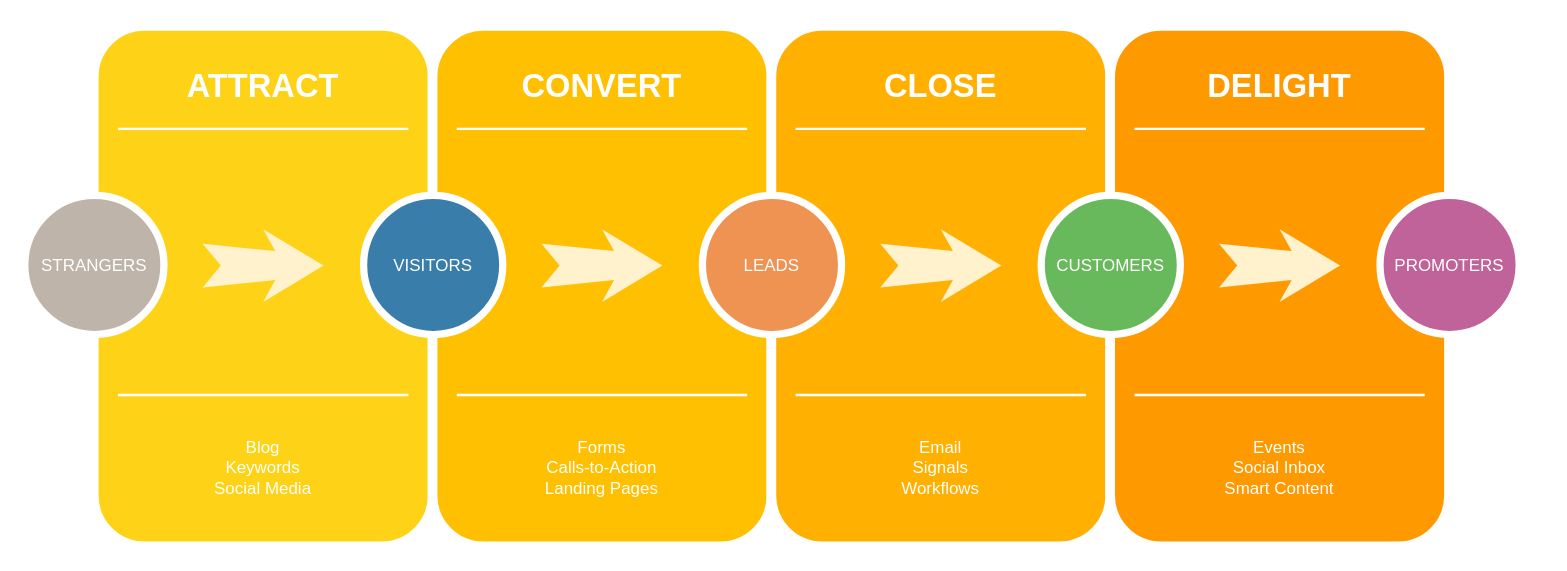
nhanphams/ActionBarSherlock keeps this draw.io diagram as Untitled Diagram.drawio. Above is the earlier version. Source tidied: cells renumbered, new cells numbered last; positions are measured from the earlier drawing's top-left corner, leaving out a move shared by most shapes. Both pictures are drawn from the tidied source at 121%, with x=0, y=0 at pixel (24, 25).
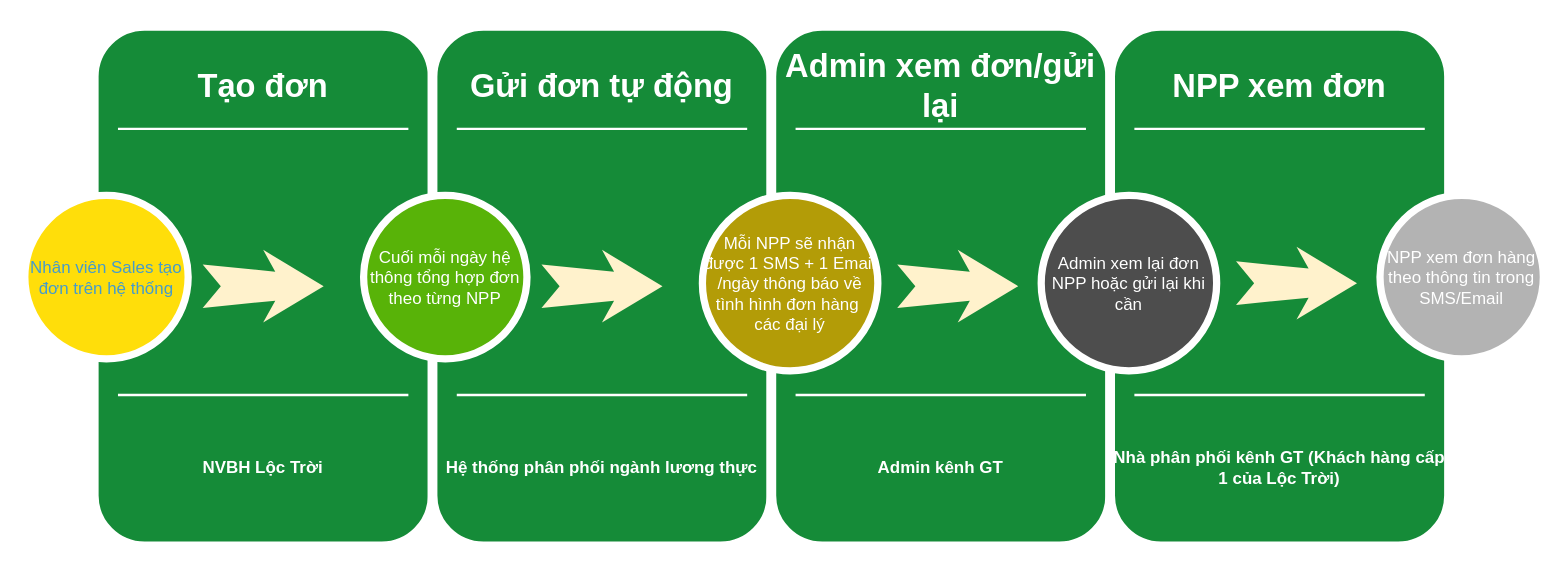
The same diagram, later.

The edit, as a diff of the source:
```diff
@@
-    <mxCell id="2" style="whiteSpace=wrap;html=1;rounded=1;shadow=0;strokeWidth=8;fontSize=20;align=center;fillColor=#FED217;strokeColor=#FFFFFF;" parent="1" vertex="1">
+    <mxCell id="2" style="whiteSpace=wrap;html=1;rounded=1;shadow=0;strokeWidth=8;fontSize=20;align=center;strokeColor=#FFFFFF;fillColor=#158B38;" parent="1" vertex="1">
       <mxGeometry x="57" width="280" height="430" as="geometry" />
     </mxCell>
-    <mxCell id="3" value="ATTRACT" style="text;html=1;strokeColor=none;fillColor=none;align=center;verticalAlign=middle;whiteSpace=wrap;rounded=0;shadow=0;fontSize=27;fontColor=#FFFFFF;fontStyle=1;" parent="1" vertex="1">
+    <mxCell id="3" value="Tạo đơn" style="text;html=1;strokeColor=none;fillColor=none;align=center;verticalAlign=middle;whiteSpace=wrap;rounded=0;shadow=0;fontSize=27;fontColor=#FFFFFF;fontStyle=1;" parent="1" vertex="1">
       <mxGeometry x="57" y="20" width="280" height="60" as="geometry" />
     </mxCell>
-    <mxCell id="4" value="Blog&lt;div&gt;Keywords&lt;/div&gt;&lt;div&gt;Social Media&lt;/div&gt;" style="text;html=1;strokeColor=none;fillColor=none;align=center;verticalAlign=middle;whiteSpace=wrap;rounded=0;shadow=0;fontSize=14;fontColor=#FFFFFF;" parent="1" vertex="1">
+    <mxCell id="4" value="&lt;b&gt;NVBH Lộc Trời&lt;/b&gt;" style="text;html=1;strokeColor=none;fillColor=none;align=center;verticalAlign=middle;whiteSpace=wrap;rounded=0;shadow=0;fontSize=14;fontColor=#FFFFFF;" parent="1" vertex="1">
       <mxGeometry x="57" y="320" width="280" height="90" as="geometry" />
     </mxCell>
@@
-    <mxCell id="7" value="STRANGERS" style="ellipse;whiteSpace=wrap;html=1;rounded=0;shadow=0;strokeWidth=6;fontSize=14;align=center;fillColor=#BFB4A9;strokeColor=#FFFFFF;fontColor=#FFFFFF;" parent="1" vertex="1">
-      <mxGeometry y="140" width="115" height="115" as="geometry" />
+    <mxCell id="7" value="&lt;font color=&quot;#459bcc&quot;&gt;Nhân viên Sales tạo đơn trên hệ thống&lt;/font&gt;" style="ellipse;whiteSpace=wrap;html=1;rounded=0;shadow=0;strokeWidth=6;fontSize=14;align=center;strokeColor=#FFFFFF;fontColor=#FFFFFF;fillColor=#FFDE0A;fontStyle=0;" parent="1" vertex="1">
+      <mxGeometry y="140" width="135" height="135" as="geometry" />
     </mxCell>
     <mxCell id="8" style="html=1;shadow=0;dashed=0;align=center;verticalAlign=middle;shape=mxgraph.arrows2.stylisedArrow;dy=0.6;dx=40;notch=15;feather=0.4;rounded=0;strokeWidth=1;fontSize=27;strokeColor=none;fillColor=#fff2cc;" parent="1" vertex="1">
-      <mxGeometry x="147" y="168" width="100" height="60" as="geometry" />
+      <mxGeometry x="147" y="185" width="100" height="60" as="geometry" />
     </mxCell>
-    <mxCell id="9" style="whiteSpace=wrap;html=1;rounded=1;shadow=0;strokeWidth=8;fontSize=20;align=center;fillColor=#FFC001;strokeColor=#FFFFFF;" parent="1" vertex="1">
+    <mxCell id="9" style="whiteSpace=wrap;html=1;rounded=1;shadow=0;strokeWidth=8;fontSize=20;align=center;strokeColor=#FFFFFF;fillColor=#158B38;" parent="1" vertex="1">
       <mxGeometry x="337" width="280" height="430" as="geometry" />
     </mxCell>
-    <mxCell id="10" value="CONVERT" style="text;html=1;strokeColor=none;fillColor=none;align=center;verticalAlign=middle;whiteSpace=wrap;rounded=0;shadow=0;fontSize=27;fontColor=#FFFFFF;fontStyle=1;" parent="1" vertex="1">
+    <mxCell id="10" value="Gửi đơn tự động" style="text;html=1;strokeColor=none;fillColor=none;align=center;verticalAlign=middle;whiteSpace=wrap;rounded=0;shadow=0;fontSize=27;fontColor=#FFFFFF;fontStyle=1;" parent="1" vertex="1">
       <mxGeometry x="337" y="20" width="280" height="60" as="geometry" />
     </mxCell>
-    <mxCell id="11" value="Forms&lt;div&gt;Calls-to-Action&lt;/div&gt;&lt;div&gt;Landing Pages&lt;/div&gt;" style="text;html=1;strokeColor=none;fillColor=none;align=center;verticalAlign=middle;whiteSpace=wrap;rounded=0;shadow=0;fontSize=14;fontColor=#FFFFFF;" parent="1" vertex="1">
+    <mxCell id="11" value="Hệ thống phân phối ngành lương thực" style="text;html=1;strokeColor=none;fillColor=none;align=center;verticalAlign=middle;whiteSpace=wrap;rounded=0;shadow=0;fontSize=14;fontColor=#FFFFFF;fontStyle=1;" parent="1" vertex="1">
       <mxGeometry x="337" y="320" width="280" height="90" as="geometry" />
     </mxCell>
@@
-    <mxCell id="14" value="VISITORS" style="ellipse;whiteSpace=wrap;html=1;rounded=0;shadow=0;strokeWidth=6;fontSize=14;align=center;fillColor=#397DAA;strokeColor=#FFFFFF;fontColor=#FFFFFF;" parent="1" vertex="1">
-      <mxGeometry x="280" y="140" width="115" height="115" as="geometry" />
+    <mxCell id="14" value="Cuối mỗi ngày hệ thông tổng hợp đơn theo từng NPP" style="ellipse;whiteSpace=wrap;html=1;rounded=0;shadow=0;strokeWidth=6;fontSize=14;align=center;strokeColor=#FFFFFF;fontColor=#FFFFFF;fillColor=#58B308;" parent="1" vertex="1">
+      <mxGeometry x="280" y="140" width="135" height="135" as="geometry" />
     </mxCell>
     <mxCell id="15" style="html=1;shadow=0;dashed=0;align=center;verticalAlign=middle;shape=mxgraph.arrows2.stylisedArrow;dy=0.6;dx=40;notch=15;feather=0.4;rounded=0;strokeWidth=1;fontSize=27;strokeColor=none;fillColor=#fff2cc;" parent="1" vertex="1">
-      <mxGeometry x="427" y="168" width="100" height="60" as="geometry" />
+      <mxGeometry x="427" y="185" width="100" height="60" as="geometry" />
     </mxCell>
-    <mxCell id="16" style="whiteSpace=wrap;html=1;rounded=1;shadow=0;strokeWidth=8;fontSize=20;align=center;fillColor=#FFB001;strokeColor=#FFFFFF;" parent="1" vertex="1">
+    <mxCell id="16" style="whiteSpace=wrap;html=1;rounded=1;shadow=0;strokeWidth=8;fontSize=20;align=center;strokeColor=#FFFFFF;fillColor=#158B38;" parent="1" vertex="1">
       <mxGeometry x="617" width="280" height="430" as="geometry" />
     </mxCell>
-    <mxCell id="17" value="CLOSE" style="text;html=1;strokeColor=none;fillColor=none;align=center;verticalAlign=middle;whiteSpace=wrap;rounded=0;shadow=0;fontSize=27;fontColor=#FFFFFF;fontStyle=1;" parent="1" vertex="1">
+    <mxCell id="17" value="Admin xem đơn/gửi lại" style="text;html=1;strokeColor=none;fillColor=none;align=center;verticalAlign=middle;whiteSpace=wrap;rounded=0;shadow=0;fontSize=27;fontColor=#FFFFFF;fontStyle=1;" parent="1" vertex="1">
       <mxGeometry x="617" y="20" width="280" height="60" as="geometry" />
     </mxCell>
-    <mxCell id="18" value="Email&lt;div&gt;Signals&lt;/div&gt;&lt;div&gt;Workflows&lt;/div&gt;" style="text;html=1;strokeColor=none;fillColor=none;align=center;verticalAlign=middle;whiteSpace=wrap;rounded=0;shadow=0;fontSize=14;fontColor=#FFFFFF;" parent="1" vertex="1">
+    <mxCell id="18" value="Admin kênh GT" style="text;html=1;strokeColor=none;fillColor=none;align=center;verticalAlign=middle;whiteSpace=wrap;rounded=0;shadow=0;fontSize=14;fontColor=#FFFFFF;fontStyle=1;" parent="1" vertex="1">
       <mxGeometry x="617" y="320" width="280" height="90" as="geometry" />
     </mxCell>
@@
-    <mxCell id="21" value="LEADS" style="ellipse;whiteSpace=wrap;html=1;rounded=0;shadow=0;strokeWidth=6;fontSize=14;align=center;fillColor=#EF9353;strokeColor=#FFFFFF;fontColor=#FFFFFF;" parent="1" vertex="1">
-      <mxGeometry x="560" y="140" width="115" height="115" as="geometry" />
+    <mxCell id="21" value="Mỗi NPP sẽ nhận được 1 SMS + 1 Email /ngày thông báo về tình hình đơn hàng&amp;nbsp; các đại lý" style="ellipse;whiteSpace=wrap;html=1;rounded=0;shadow=0;strokeWidth=6;fontSize=14;align=center;strokeColor=#FFFFFF;fontColor=#FFFFFF;fillColor=#B39C07;" parent="1" vertex="1">
+      <mxGeometry x="560" y="140" width="145" height="145" as="geometry" />
     </mxCell>
     <mxCell id="22" style="html=1;shadow=0;dashed=0;align=center;verticalAlign=middle;shape=mxgraph.arrows2.stylisedArrow;dy=0.6;dx=40;notch=15;feather=0.4;rounded=0;strokeWidth=1;fontSize=27;strokeColor=none;fillColor=#fff2cc;" parent="1" vertex="1">
-      <mxGeometry x="707" y="168" width="100" height="60" as="geometry" />
+      <mxGeometry x="721" y="185" width="100" height="60" as="geometry" />
     </mxCell>
-    <mxCell id="23" style="whiteSpace=wrap;html=1;rounded=1;shadow=0;strokeWidth=8;fontSize=20;align=center;fillColor=#FE9900;strokeColor=#FFFFFF;" parent="1" vertex="1">
+    <mxCell id="23" style="whiteSpace=wrap;html=1;rounded=1;shadow=0;strokeWidth=8;fontSize=20;align=center;strokeColor=#FFFFFF;fillColor=#158B38;" parent="1" vertex="1">
       <mxGeometry x="897" width="280" height="430" as="geometry" />
     </mxCell>
-    <mxCell id="24" value="DELIGHT" style="text;html=1;strokeColor=none;fillColor=none;align=center;verticalAlign=middle;whiteSpace=wrap;rounded=0;shadow=0;fontSize=27;fontColor=#FFFFFF;fontStyle=1;" parent="1" vertex="1">
+    <mxCell id="24" value="NPP xem đơn" style="text;html=1;strokeColor=none;fillColor=none;align=center;verticalAlign=middle;whiteSpace=wrap;rounded=0;shadow=0;fontSize=27;fontColor=#FFFFFF;fontStyle=1;" parent="1" vertex="1">
       <mxGeometry x="897" y="20" width="280" height="60" as="geometry" />
     </mxCell>
-    <mxCell id="25" value="Events&lt;div&gt;Social Inbox&lt;/div&gt;&lt;div&gt;Smart Content&lt;/div&gt;" style="text;html=1;strokeColor=none;fillColor=none;align=center;verticalAlign=middle;whiteSpace=wrap;rounded=0;shadow=0;fontSize=14;fontColor=#FFFFFF;" parent="1" vertex="1">
+    <mxCell id="25" value="Nhà phân phối kênh GT (Khách hàng cấp 1 của Lộc Trời)" style="text;html=1;strokeColor=none;fillColor=none;align=center;verticalAlign=middle;whiteSpace=wrap;rounded=0;shadow=0;fontSize=14;fontColor=#FFFFFF;fontStyle=1;" parent="1" vertex="1">
       <mxGeometry x="897" y="320" width="280" height="90" as="geometry" />
     </mxCell>
@@
-    <mxCell id="28" value="CUSTOMERS" style="ellipse;whiteSpace=wrap;html=1;rounded=0;shadow=0;strokeWidth=6;fontSize=14;align=center;fillColor=#68B85C;strokeColor=#FFFFFF;fontColor=#FFFFFF;" parent="1" vertex="1">
-      <mxGeometry x="840" y="140" width="115" height="115" as="geometry" />
+    <mxCell id="28" value="Admin xem lại đơn NPP hoặc gửi lại khi cần" style="ellipse;whiteSpace=wrap;html=1;rounded=0;shadow=0;strokeWidth=6;fontSize=14;align=center;strokeColor=#FFFFFF;fontColor=#FFFFFF;fillColor=#4D4D4D;" parent="1" vertex="1">
+      <mxGeometry x="840" y="140" width="145" height="145" as="geometry" />
     </mxCell>
     <mxCell id="29" style="html=1;shadow=0;dashed=0;align=center;verticalAlign=middle;shape=mxgraph.arrows2.stylisedArrow;dy=0.6;dx=40;notch=15;feather=0.4;rounded=0;strokeWidth=1;fontSize=27;strokeColor=none;fillColor=#fff2cc;" parent="1" vertex="1">
-      <mxGeometry x="987" y="168" width="100" height="60" as="geometry" />
+      <mxGeometry x="1001" y="182.5" width="100" height="60" as="geometry" />
     </mxCell>
-    <mxCell id="30" value="PROMOTERS" style="ellipse;whiteSpace=wrap;html=1;rounded=0;shadow=0;strokeWidth=6;fontSize=14;align=center;fillColor=#BF639A;strokeColor=#FFFFFF;fontColor=#FFFFFF;" parent="1" vertex="1">
-      <mxGeometry x="1120" y="140" width="115" height="115" as="geometry" />
+    <mxCell id="30" value="NPP xem đơn hàng theo thông tin trong SMS/Email" style="ellipse;whiteSpace=wrap;html=1;rounded=0;shadow=0;strokeWidth=6;fontSize=14;align=center;strokeColor=#FFFFFF;fontColor=#FFFFFF;fillColor=#B3B3B3;fontStyle=0;" parent="1" vertex="1">
+      <mxGeometry x="1120" y="140" width="135" height="135" as="geometry" />
     </mxCell>
```
